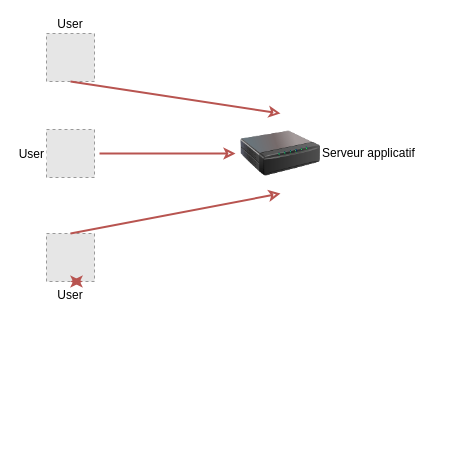
This is page "SFU" (4 of 7) of schéma/ArchiReseau.drawio from stephannicolas96/dossierPro, a draw.io file, before an edit. Source tidied: cells renumbered, new cells numbered last; positions are measured from the earlier drawing's top-left corner, leaving out a move shared by most shapes. Both pictures are drawn from the tidied source at 100%, with x=0, y=0 at pixel (46, 33). Pictures stored in the file or linked from it are replaced by grey dashed boxes.
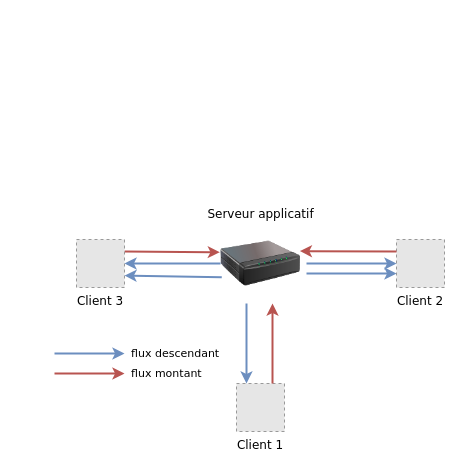
The same page after the edit.

The edit, as a diff of the source:
```diff
@@
-    <mxCell id="2" style="edgeStyle=none;rounded=0;jettySize=auto;html=1;sourcePerimeterSpacing=5;endArrow=classic;endFill=0;targetPerimeterSpacing=5;fillColor=#f8cecc;strokeColor=#b85450;startArrow=none;startFill=0;strokeWidth=2;" parent="1" edge="1" source="3" target="4">
+    <mxCell id="2" style="edgeStyle=none;rounded=0;jettySize=auto;html=1;sourcePerimeterSpacing=5;endArrow=classic;endFill=1;targetPerimeterSpacing=5;fillColor=#f8cecc;strokeColor=#b85450;startArrow=none;startFill=0;strokeWidth=2;exitX=1;exitY=0.25;exitDx=0;exitDy=0;entryX=-0.008;entryY=0.359;entryDx=0;entryDy=0;entryPerimeter=0;" parent="1" edge="1" source="3" target="4">
       <mxGeometry relative="1" as="geometry" />
     </mxCell>
-    <mxCell id="3" value="User" style="fillColor=#E6E6E6;strokeColor=#999999;dashed=1;verticalLabelPosition=middle;verticalAlign=middle;labelBackgroundColor=#ffffff;labelPosition=left;align=right;" parent="1" vertex="1">
-      <mxGeometry y="96" width="48" height="48" as="geometry" />
+    <mxCell id="3" value="Client 3" style="fillColor=#E6E6E6;strokeColor=#999999;dashed=1;verticalLabelPosition=bottom;verticalAlign=top;labelBackgroundColor=#ffffff;labelPosition=center;align=center;fontFamily=Verdana;" parent="1" vertex="1">
+      <mxGeometry x="30" y="206" width="48" height="48" as="geometry" />
     </mxCell>
-    <mxCell id="4" value="Serveur applicatif" style="image;html=1;image=img/lib/clip_art/networking/Print_Server_128x128.png;labelPosition=right;verticalLabelPosition=middle;align=left;verticalAlign=middle;" parent="1" vertex="1">
-      <mxGeometry x="194" y="80" width="80" height="80" as="geometry" />
+    <mxCell id="4" value="Serveur applicatif" style="image;html=1;image=img/lib/clip_art/networking/Print_Server_128x128.png;labelPosition=center;verticalLabelPosition=top;align=center;verticalAlign=bottom;fontFamily=Verdana;" parent="1" vertex="1">
+      <mxGeometry x="174" y="190" width="80" height="80" as="geometry" />
     </mxCell>
-    <mxCell id="5" value="User" style="fillColor=#E6E6E6;strokeColor=#999999;dashed=1;verticalLabelPosition=top;verticalAlign=bottom;labelBackgroundColor=#ffffff;labelPosition=center;align=center;" parent="1" vertex="1">
-      <mxGeometry width="48" height="48" as="geometry" />
+    <mxCell id="5" value="Client 2" style="fillColor=#E6E6E6;strokeColor=#999999;dashed=1;verticalLabelPosition=bottom;verticalAlign=top;labelBackgroundColor=#ffffff;labelPosition=center;align=center;fontFamily=Verdana;" parent="1" vertex="1">
+      <mxGeometry x="350" y="206" width="48" height="48" as="geometry" />
     </mxCell>
-    <mxCell id="6" value="User" style="fillColor=#E6E6E6;strokeColor=#999999;dashed=1;verticalLabelPosition=bottom;verticalAlign=top;labelBackgroundColor=#ffffff;" parent="1" vertex="1">
-      <mxGeometry y="200" width="48" height="48" as="geometry" />
+    <mxCell id="6" value="Client 1" style="fillColor=#E6E6E6;strokeColor=#999999;dashed=1;verticalLabelPosition=bottom;verticalAlign=top;labelBackgroundColor=#ffffff;fontFamily=Verdana;" parent="1" vertex="1">
+      <mxGeometry x="190" y="350" width="48" height="48" as="geometry" />
     </mxCell>
-    <mxCell id="7" style="edgeStyle=none;rounded=0;jettySize=auto;html=1;sourcePerimeterSpacing=5;endArrow=classic;endFill=0;targetPerimeterSpacing=5;fillColor=#f8cecc;strokeColor=#b85450;startArrow=none;startFill=0;strokeWidth=2;exitX=0.5;exitY=1;exitDx=0;exitDy=0;entryX=0.5;entryY=0;entryDx=0;entryDy=0;" parent="1" edge="1" source="5" target="4">
+    <mxCell id="7" style="edgeStyle=none;rounded=0;jettySize=auto;html=1;sourcePerimeterSpacing=5;endArrow=classic;endFill=1;targetPerimeterSpacing=5;fillColor=#f8cecc;strokeColor=#b85450;startArrow=none;startFill=0;strokeWidth=2;exitX=0;exitY=0.25;exitDx=0;exitDy=0;entryX=0.992;entryY=0.345;entryDx=0;entryDy=0;entryPerimeter=0;" parent="1" edge="1" source="5" target="4">
       <mxGeometry relative="1" as="geometry" />
     </mxCell>
-    <mxCell id="8" style="edgeStyle=none;rounded=0;jettySize=auto;html=1;sourcePerimeterSpacing=5;endArrow=classic;endFill=0;targetPerimeterSpacing=5;fillColor=#f8cecc;strokeColor=#b85450;startArrow=none;startFill=0;strokeWidth=2;exitX=0.5;exitY=0;exitDx=0;exitDy=0;entryX=0.5;entryY=1;entryDx=0;entryDy=0;" parent="1" edge="1" source="6" target="4">
-      <mxGeometry relative="1" as="geometry" />
+    <mxCell id="8" style="edgeStyle=none;rounded=0;jettySize=auto;html=1;sourcePerimeterSpacing=5;endArrow=classic;endFill=1;targetPerimeterSpacing=5;fillColor=#f8cecc;strokeColor=#b85450;startArrow=none;startFill=0;strokeWidth=2;exitX=0.75;exitY=0;exitDx=0;exitDy=0;" parent="1" edge="1" source="6">
+      <mxGeometry relative="1" as="geometry">
+        <mxPoint x="226" y="270" as="targetPoint" />
+      </mxGeometry>
     </mxCell>
-    <mxCell id="9" style="edgeStyle=none;rounded=0;sketch=0;orthogonalLoop=1;jettySize=auto;html=1;exitX=0.75;exitY=1;exitDx=0;exitDy=0;entryX=0.5;entryY=1;entryDx=0;entryDy=0;startArrow=classic;startFill=0;endArrow=classic;endFill=0;targetPerimeterSpacing=5;strokeColor=#B85450;strokeWidth=2;" parent="1" edge="1" source="6" target="6">
-      <mxGeometry relative="1" as="geometry" />
-    </mxCell>
+    <mxCell id="10" style="edgeStyle=none;rounded=0;orthogonalLoop=1;jettySize=auto;html=1;sourcePerimeterSpacing=5;endArrow=classic;endFill=1;targetPerimeterSpacing=5;fillColor=#dae8fc;strokeColor=#6c8ebf;startArrow=none;startFill=0;strokeWidth=2;exitX=0.5;exitY=1;exitDx=0;exitDy=0;entryX=0.5;entryY=0;entryDx=0;entryDy=0;" parent="1" edge="1">
+      <mxGeometry relative="1" as="geometry">
+        <mxPoint x="200" y="270" as="sourcePoint" />
+        <mxPoint x="200" y="350" as="targetPoint" />
+      </mxGeometry>
+    </mxCell>
+    <mxCell id="11" style="edgeStyle=none;rounded=0;jettySize=auto;html=1;sourcePerimeterSpacing=5;endArrow=classic;endFill=1;targetPerimeterSpacing=5;fillColor=#dae8fc;strokeColor=#6c8ebf;startArrow=none;startFill=0;strokeWidth=2;exitX=0;exitY=0.5;exitDx=0;exitDy=0;entryX=1;entryY=0.5;entryDx=0;entryDy=0;" parent="1" edge="1" source="4" target="3">
+      <mxGeometry relative="1" as="geometry" />
+    </mxCell>
+    <mxCell id="12" style="edgeStyle=none;rounded=0;jettySize=auto;html=1;sourcePerimeterSpacing=5;endArrow=classic;endFill=1;targetPerimeterSpacing=5;fillColor=#dae8fc;strokeColor=#6c8ebf;startArrow=none;startFill=0;strokeWidth=2;exitX=0.016;exitY=0.673;exitDx=0;exitDy=0;entryX=1;entryY=0.75;entryDx=0;entryDy=0;exitPerimeter=0;" parent="1" edge="1" source="4" target="3">
+      <mxGeometry relative="1" as="geometry" />
+    </mxCell>
+    <mxCell id="13" style="edgeStyle=none;rounded=0;jettySize=auto;html=1;sourcePerimeterSpacing=5;endArrow=classic;endFill=1;targetPerimeterSpacing=5;fillColor=#dae8fc;strokeColor=#6c8ebf;startArrow=none;startFill=0;strokeWidth=2;entryX=0;entryY=0.5;entryDx=0;entryDy=0;" parent="1" edge="1" target="5">
+      <mxGeometry relative="1" as="geometry">
+        <mxPoint x="260" y="230" as="sourcePoint" />
+      </mxGeometry>
+    </mxCell>
+    <mxCell id="14" style="edgeStyle=none;rounded=0;orthogonalLoop=1;jettySize=auto;html=1;sourcePerimeterSpacing=5;endArrow=classic;endFill=1;targetPerimeterSpacing=5;fillColor=#dae8fc;strokeColor=#6c8ebf;startArrow=none;startFill=0;strokeWidth=2;" parent="1" edge="1">
+      <mxGeometry relative="1" as="geometry">
+        <mxPoint x="260" y="240" as="sourcePoint" />
+        <mxPoint x="350" y="240" as="targetPoint" />
+      </mxGeometry>
+    </mxCell>
+    <mxCell id="15" value="flux descendant" style="edgeStyle=none;rounded=0;orthogonalLoop=1;jettySize=auto;html=1;sourcePerimeterSpacing=5;endArrow=classic;endFill=1;targetPerimeterSpacing=5;fillColor=#dae8fc;strokeColor=#6c8ebf;startArrow=none;startFill=0;strokeWidth=2;fontFamily=Verdana;labelPosition=right;verticalLabelPosition=middle;align=left;verticalAlign=middle;spacingRight=0;spacingLeft=40;" parent="1" edge="1">
+      <mxGeometry relative="1" as="geometry">
+        <mxPoint x="8" y="320" as="sourcePoint" />
+        <mxPoint x="78" y="320" as="targetPoint" />
+      </mxGeometry>
+    </mxCell>
+    <mxCell id="16" value="flux montant" style="edgeStyle=none;rounded=0;orthogonalLoop=1;jettySize=auto;html=1;sourcePerimeterSpacing=5;endArrow=classic;endFill=1;targetPerimeterSpacing=5;fillColor=#f8cecc;strokeColor=#b85450;startArrow=none;startFill=0;strokeWidth=2;fontFamily=Verdana;labelPosition=right;verticalLabelPosition=middle;align=left;verticalAlign=middle;spacingRight=0;spacingLeft=40;" parent="1" edge="1">
+      <mxGeometry relative="1" as="geometry">
+        <mxPoint x="8" y="340" as="sourcePoint" />
+        <mxPoint x="78" y="340" as="targetPoint" />
+      </mxGeometry>
+    </mxCell>
```
